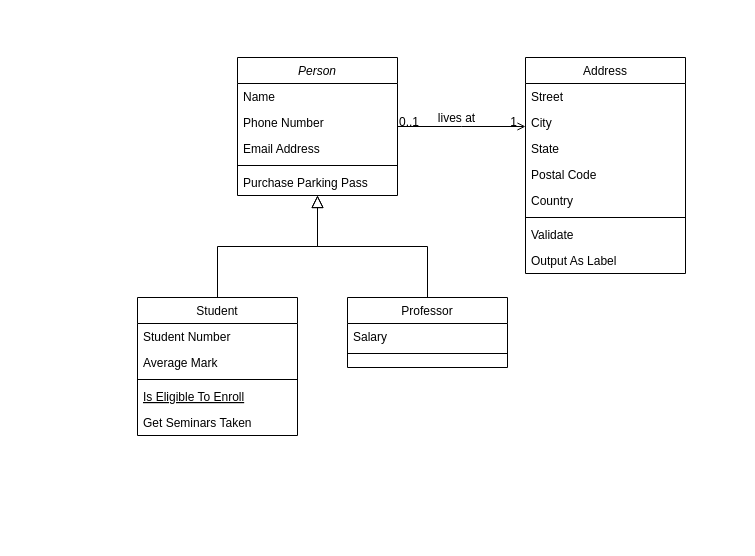
The draw.io diagram Diagrama sem nome.drawio in jvramos-py/jvramos-py, before the edit. Source tidied: cells renumbered, new cells numbered last; positions are measured from the earlier drawing's top-left corner, leaving out a move shared by most shapes. Both pictures are drawn from the tidied source at 100%, with x=0, y=0 at pixel (137, 57).
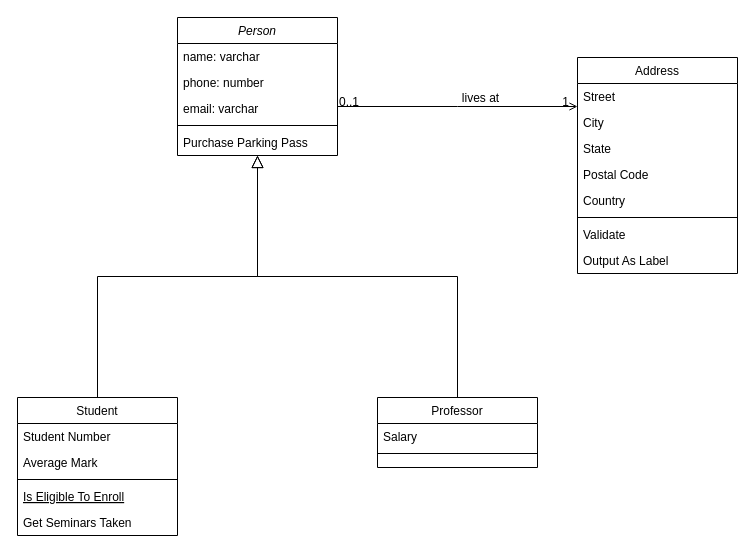
The same page after the edit.

Commit message:
Actualizar Diagrama .drawio

Diff of the diagram source:
```diff
@@
     <mxCell id="2" value="Person" style="swimlane;fontStyle=2;align=center;verticalAlign=top;horizontal=1;startSize=26;rounded=0;shadow=0;strokeWidth=1;" parent="1" vertex="1">
-      <mxGeometry x="100" width="160" height="138" as="geometry" />
+      <mxGeometry x="40" y="-40" width="160" height="138" as="geometry" />
     </mxCell>
-    <mxCell id="3" value="Name" style="text;align=left;verticalAlign=top;spacingLeft=4;spacingRight=4;overflow=hidden;" parent="2" vertex="1">
+    <mxCell id="3" value="name: varchar" style="text;align=left;verticalAlign=top;spacingLeft=4;spacingRight=4;overflow=hidden;" parent="2" vertex="1">
       <mxGeometry y="26" width="160" height="26" as="geometry" />
     </mxCell>
-    <mxCell id="4" value="Phone Number" style="text;align=left;verticalAlign=top;spacingLeft=4;spacingRight=4;overflow=hidden;rounded=0;shadow=0;html=0;" parent="2" vertex="1">
+    <mxCell id="4" value="phone: number    " style="text;align=left;verticalAlign=top;spacingLeft=4;spacingRight=4;overflow=hidden;rounded=0;shadow=0;html=0;" parent="2" vertex="1">
       <mxGeometry y="52" width="160" height="26" as="geometry" />
     </mxCell>
-    <mxCell id="5" value="Email Address" style="text;align=left;verticalAlign=top;spacingLeft=4;spacingRight=4;overflow=hidden;rounded=0;shadow=0;html=0;" parent="2" vertex="1">
+    <mxCell id="5" value="email: varchar" style="text;align=left;verticalAlign=top;spacingLeft=4;spacingRight=4;overflow=hidden;rounded=0;shadow=0;html=0;" parent="2" vertex="1">
       <mxGeometry y="78" width="160" height="26" as="geometry" />
     </mxCell>
@@
     <mxCell id="8" value="Student" style="swimlane;fontStyle=0;align=center;verticalAlign=top;horizontal=1;startSize=26;rounded=0;shadow=0;strokeWidth=1;" parent="1" vertex="1">
-      <mxGeometry y="240" width="160" height="138" as="geometry" />
+      <mxGeometry x="-120" y="340" width="160" height="138" as="geometry" />
     </mxCell>
@@
     <mxCell id="15" value="Professor" style="swimlane;fontStyle=0;align=center;verticalAlign=top;horizontal=1;startSize=26;rounded=0;shadow=0;strokeWidth=1;" parent="1" vertex="1">
-      <mxGeometry x="210" y="240" width="160" height="70" as="geometry" />
+      <mxGeometry x="240" y="340" width="160" height="70" as="geometry" />
     </mxCell>
@@
     <mxCell id="19" value="Address" style="swimlane;fontStyle=0;align=center;verticalAlign=top;horizontal=1;startSize=26;rounded=0;shadow=0;strokeWidth=1;" parent="1" vertex="1">
-      <mxGeometry x="388" width="160" height="216" as="geometry" />
+      <mxGeometry x="440" width="160" height="216" as="geometry" />
     </mxCell>
```
